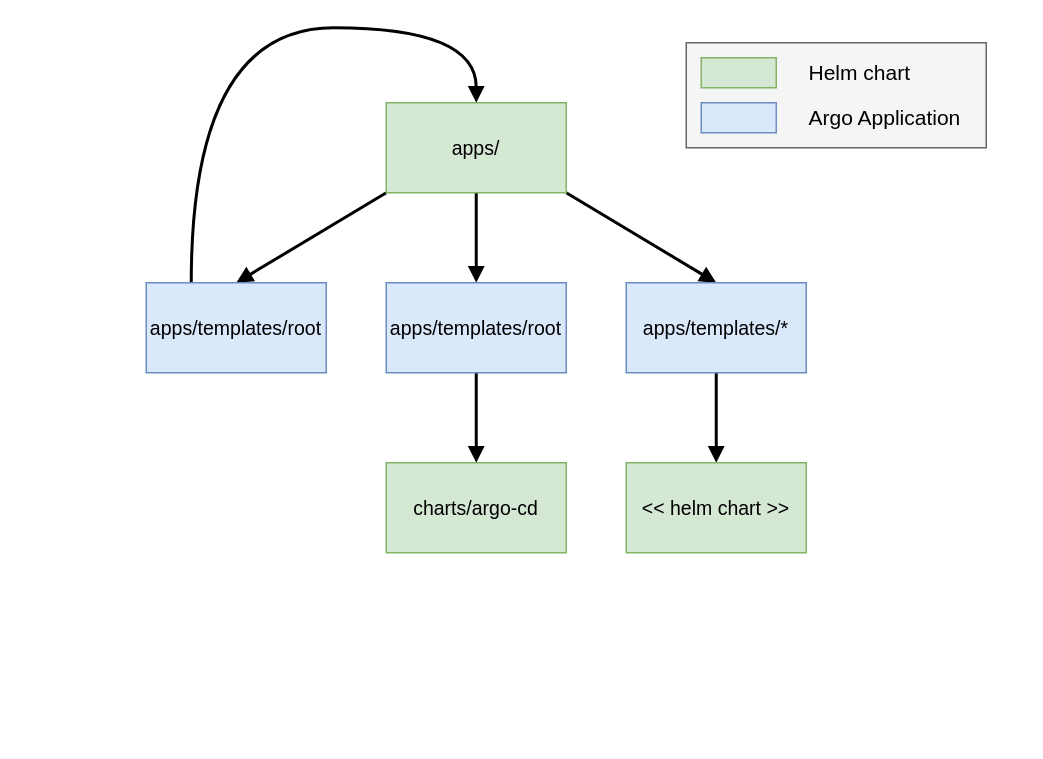
BadLiveware/kubernetes-gitops keeps this draw.io diagram as page "architecture" (4 of 4) of docs/assets/architecture.drawio. Above is the earlier version. Source tidied: cells renumbered, new cells numbered last; positions are measured from the earlier drawing's top-left corner, leaving out a move shared by most shapes. Both pictures are drawn from the tidied source at 150%, with x=0, y=0 at pixel (146, 27).
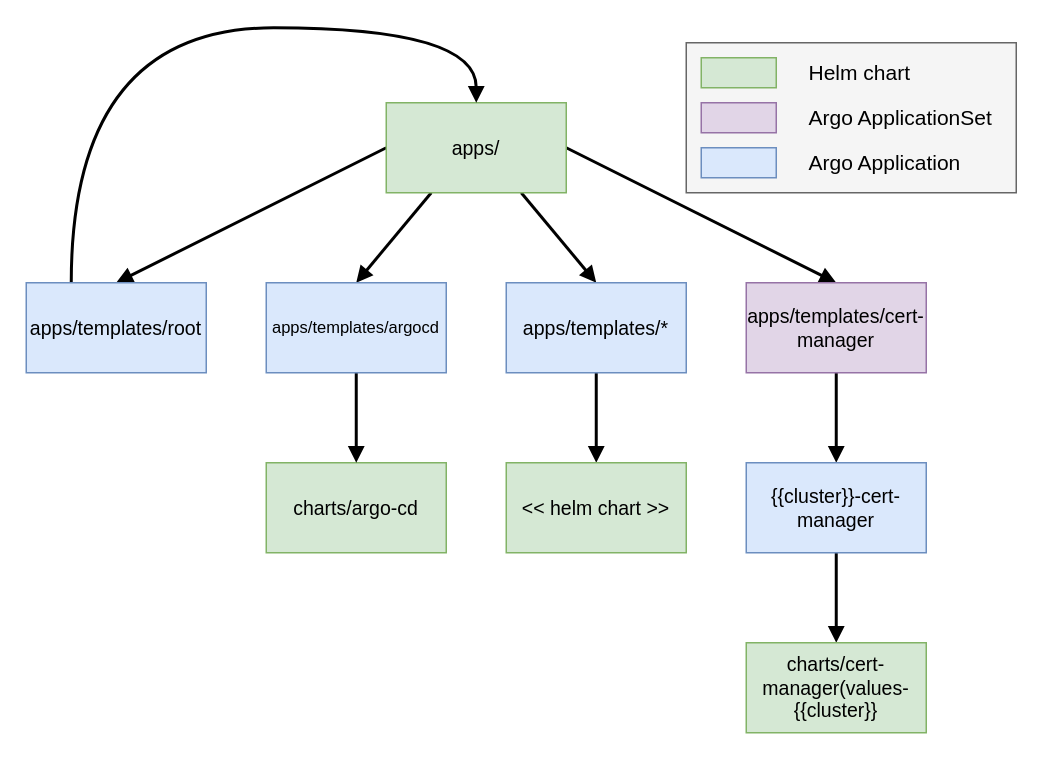
Above is the later version.

Unchanged cells that the change refers to:
```xml
<mxCell id="6" value="apps/" style="whiteSpace=wrap;html=1;align=center;fillColor=#d5e8d4;strokeColor=#82b366;fontSize=13;" parent="1" vertex="1">
  <mxGeometry x="160" y="50" width="120" height="60" as="geometry" />
</mxCell>
```

The edit, as a diff of the source:
```diff
@@
     <mxCell id="2" value="charts/argo-cd" style="whiteSpace=wrap;html=1;align=center;fillColor=#d5e8d4;strokeColor=#82b366;fontSize=13;" parent="1" vertex="1">
-      <mxGeometry x="160" y="290" width="120" height="60" as="geometry" />
+      <mxGeometry x="80" y="290" width="120" height="60" as="geometry" />
     </mxCell>
-    <mxCell id="3" style="rounded=0;jettySize=auto;html=1;entryX=0.5;entryY=0;entryDx=0;entryDy=0;endArrow=block;endFill=1;strokeWidth=2;fontSize=14;exitX=0;exitY=1;exitDx=0;exitDy=0;" parent="1" edge="1" source="6" target="8">
+    <mxCell id="3" style="rounded=0;jettySize=auto;html=1;entryX=0.5;entryY=0;entryDx=0;entryDy=0;endArrow=block;endFill=1;strokeWidth=2;fontSize=14;exitX=0;exitY=0.5;exitDx=0;exitDy=0;" parent="1" edge="1" source="6" target="8">
       <mxGeometry relative="1" as="geometry" />
     </mxCell>
-    <mxCell id="4" style="edgeStyle=none;rounded=0;jettySize=auto;html=1;exitX=0.5;exitY=1;exitDx=0;exitDy=0;entryX=0.5;entryY=0;entryDx=0;entryDy=0;endArrow=block;endFill=1;strokeWidth=2;fontSize=14;" parent="1" edge="1" source="6" target="10">
+    <mxCell id="4" style="edgeStyle=none;rounded=0;jettySize=auto;html=1;exitX=0.25;exitY=1;exitDx=0;exitDy=0;entryX=0.5;entryY=0;entryDx=0;entryDy=0;endArrow=block;endFill=1;strokeWidth=2;fontSize=14;" parent="1" edge="1" source="6" target="10">
       <mxGeometry relative="1" as="geometry" />
     </mxCell>
-    <mxCell id="5" style="edgeStyle=none;rounded=0;jettySize=auto;html=1;exitX=1;exitY=1;exitDx=0;exitDy=0;entryX=0.5;entryY=0;entryDx=0;entryDy=0;endArrow=block;endFill=1;strokeWidth=2;fontSize=14;" parent="1" edge="1" source="6" target="12">
+    <mxCell id="5" style="edgeStyle=none;rounded=0;jettySize=auto;html=1;exitX=0.75;exitY=1;exitDx=0;exitDy=0;entryX=0.5;entryY=0;entryDx=0;entryDy=0;endArrow=block;endFill=1;strokeWidth=2;fontSize=14;" parent="1" edge="1" source="6" target="12">
       <mxGeometry relative="1" as="geometry" />
     </mxCell>
+    <mxCell id="19" style="edgeStyle=none;rounded=0;jettySize=auto;html=1;entryX=0.5;entryY=0;entryDx=0;entryDy=0;endArrow=block;endFill=1;strokeWidth=2;fontSize=14;exitX=1;exitY=0.5;exitDx=0;exitDy=0;" parent="1" edge="1" source="6" target="23">
+      <mxGeometry relative="1" as="geometry" />
+    </mxCell>
@@
     <mxCell id="7" style="edgeStyle=orthogonalEdgeStyle;rounded=0;jettySize=auto;html=1;entryX=0.5;entryY=0;entryDx=0;entryDy=0;endArrow=block;endFill=1;strokeWidth=2;fontSize=14;curved=1;exitX=0.25;exitY=0;exitDx=0;exitDy=0;" parent="1" edge="1" source="8" target="6">
       <mxGeometry relative="1" as="geometry">
         <Array as="points">
-          <mxPoint x="30" />
+          <mxPoint x="-50" />
           <mxPoint x="220" />
         </Array>
       </mxGeometry>
     </mxCell>
     <mxCell id="8" value="apps/templates/root" style="whiteSpace=wrap;html=1;align=center;fillColor=#dae8fc;strokeColor=#6c8ebf;fontStyle=0;fontSize=13;" parent="1" vertex="1">
-      <mxGeometry y="170" width="120" height="60" as="geometry" />
+      <mxGeometry x="-80" y="170" width="120" height="60" as="geometry" />
     </mxCell>
@@
-    <mxCell id="10" value="apps/templates/root" style="whiteSpace=wrap;html=1;align=center;fillColor=#dae8fc;strokeColor=#6c8ebf;fontSize=13;" parent="1" vertex="1">
-      <mxGeometry x="160" y="170" width="120" height="60" as="geometry" />
+    <mxCell id="10" value="apps/templates/argocd" style="whiteSpace=wrap;html=1;align=center;fillColor=#dae8fc;strokeColor=#6c8ebf;fontSize=11;" parent="1" vertex="1">
+      <mxGeometry x="80" y="170" width="120" height="60" as="geometry" />
     </mxCell>
@@
     <mxCell id="12" value="apps/templates/*" style="whiteSpace=wrap;html=1;align=center;fillColor=#dae8fc;strokeColor=#6c8ebf;fontSize=13;" parent="1" vertex="1">
-      <mxGeometry x="320" y="170" width="120" height="60" as="geometry" />
+      <mxGeometry x="240" y="170" width="120" height="60" as="geometry" />
     </mxCell>
     <mxCell id="13" value="&amp;lt;&amp;lt; helm chart &amp;gt;&amp;gt;" style="whiteSpace=wrap;html=1;align=center;fillColor=#d5e8d4;strokeColor=#82b366;fontSize=13;" parent="1" vertex="1">
-      <mxGeometry x="320" y="290" width="120" height="60" as="geometry" />
+      <mxGeometry x="240" y="290" width="120" height="60" as="geometry" />
     </mxCell>
     <mxCell id="14" style="whiteSpace=wrap;html=1;strokeColor=#666666;fillColor=#f5f5f5;fontSize=14;fontColor=#333333;" parent="1" vertex="1">
-      <mxGeometry x="360" y="10" width="200" height="70" as="geometry" />
+      <mxGeometry x="360" y="10" width="220" height="100" as="geometry" />
     </mxCell>
@@
-    <mxCell id="17" style="whiteSpace=wrap;html=1;align=center;fillColor=#dae8fc;strokeColor=#6c8ebf;" parent="1" vertex="1">
+    <mxCell id="17" style="whiteSpace=wrap;html=1;align=center;fillColor=#e1d5e7;strokeColor=#9673a6;" parent="1" vertex="1">
       <mxGeometry x="370" y="50" width="50" height="20" as="geometry" />
     </mxCell>
     <mxCell id="18" value="Argo Application" style="text;html=1;align=left;verticalAlign=middle;fontSize=14;" parent="1" vertex="1">
-      <mxGeometry x="440" y="50" width="120" height="20" as="geometry" />
+      <mxGeometry x="440" y="80" width="120" height="20" as="geometry" />
     </mxCell>
+    <mxCell id="20" style="whiteSpace=wrap;html=1;align=center;fillColor=#dae8fc;strokeColor=#6c8ebf;" parent="1" vertex="1">
+      <mxGeometry x="370" y="80" width="50" height="20" as="geometry" />
+    </mxCell>
+    <mxCell id="21" value="Argo ApplicationSet" style="text;html=1;align=left;verticalAlign=middle;fontSize=14;" parent="1" vertex="1">
+      <mxGeometry x="440" y="50" width="140" height="20" as="geometry" />
+    </mxCell>
+    <mxCell id="22" style="edgeStyle=none;rounded=0;jettySize=auto;html=1;entryX=0.5;entryY=0;entryDx=0;entryDy=0;endArrow=block;endFill=1;strokeWidth=2;fontSize=14;" parent="1" edge="1" source="23" target="25">
+      <mxGeometry relative="1" as="geometry" />
+    </mxCell>
+    <mxCell id="23" value="apps/templates/cert-manager" style="whiteSpace=wrap;html=1;align=center;fillColor=#e1d5e7;strokeColor=#9673a6;fontSize=13;" parent="1" vertex="1">
+      <mxGeometry x="400" y="170" width="120" height="60" as="geometry" />
+    </mxCell>
+    <mxCell id="24" style="edgeStyle=none;rounded=0;jettySize=auto;html=1;entryX=0.5;entryY=0;entryDx=0;entryDy=0;endArrow=block;endFill=1;strokeWidth=2;fontSize=14;" parent="1" edge="1" source="25" target="26">
+      <mxGeometry relative="1" as="geometry" />
+    </mxCell>
+    <mxCell id="25" value="{{cluster}}-cert-manager" style="whiteSpace=wrap;html=1;align=center;fillColor=#dae8fc;strokeColor=#6c8ebf;fontSize=13;" parent="1" vertex="1">
+      <mxGeometry x="400" y="290" width="120" height="60" as="geometry" />
+    </mxCell>
+    <mxCell id="26" value="charts/cert-manager(values-{{cluster}}" style="whiteSpace=wrap;html=1;align=center;fillColor=#d5e8d4;strokeColor=#82b366;fontSize=13;" parent="1" vertex="1">
+      <mxGeometry x="400" y="410" width="120" height="60" as="geometry" />
+    </mxCell>
```
